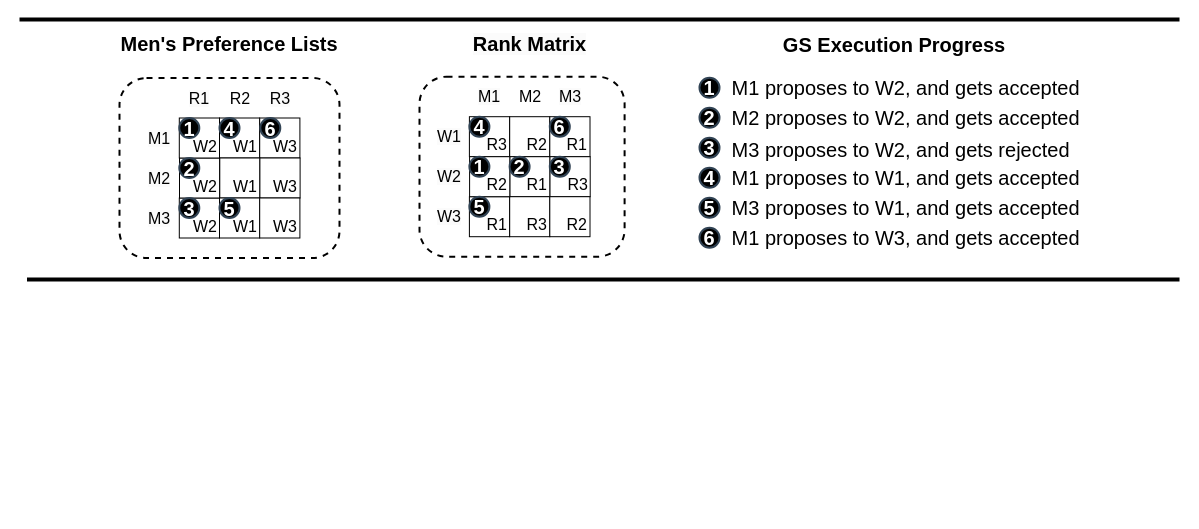
The draw.io diagram newGSExec.drawio in victorliu-sq/BambooSMP-Figures, before the edit. Source tidied: cells renumbered, new cells numbered last; positions are measured from the earlier drawing's top-left corner, leaving out a move shared by most shapes. Both pictures are drawn from the tidied source at 100%, with x=0, y=0 at pixel (19, 19).
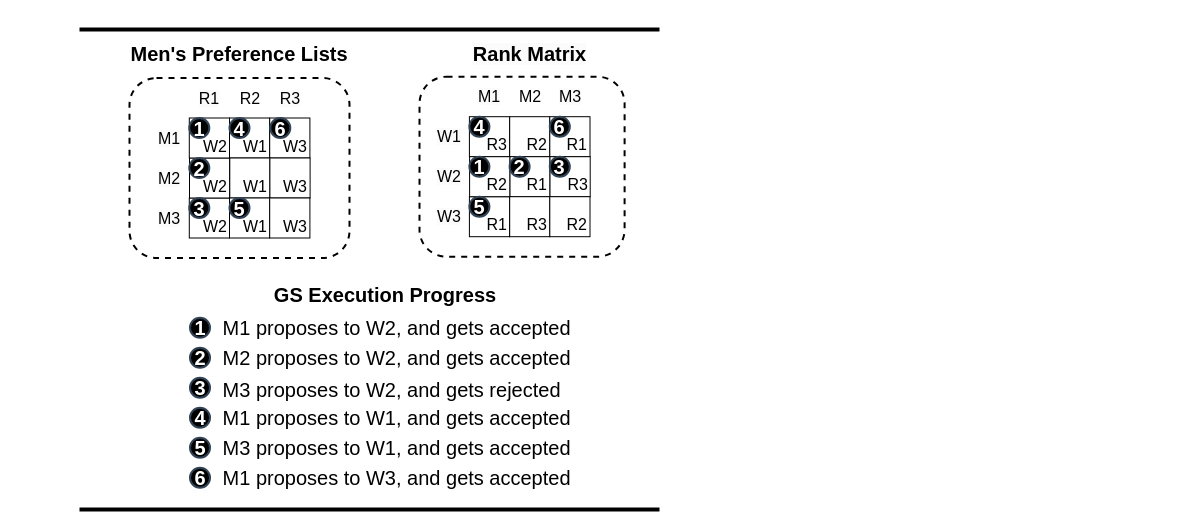
The same page after the edit.

Change to the diagram source:
```diff
@@
     <mxCell id="2" style="rounded=1;whiteSpace=wrap;html=1;strokeWidth=2;dashed=1;" parent="1" vertex="1">
-      <mxGeometry x="100" y="58.5" width="220" height="180" as="geometry" />
+      <mxGeometry x="110" y="58.5" width="220" height="180" as="geometry" />
     </mxCell>
@@
     <mxCell id="4" value="1" style="ellipse;whiteSpace=wrap;html=1;strokeColor=#314354;align=center;verticalAlign=middle;fontFamily=Helvetica;fontSize=20;fillColor=#000000;fontColor=#ffffff;fontStyle=1;strokeWidth=2;" parent="1" vertex="1">
-      <mxGeometry x="680" y="58.2" width="20" height="20" as="geometry" />
+      <mxGeometry x="170.5" y="298.2" width="20" height="20" as="geometry" />
     </mxCell>
     <mxCell id="5" value="2" style="ellipse;whiteSpace=wrap;html=1;strokeColor=#314354;align=center;verticalAlign=middle;fontFamily=Helvetica;fontSize=20;fillColor=#000000;fontColor=#ffffff;fontStyle=1;strokeWidth=2;" parent="1" vertex="1">
-      <mxGeometry x="680" y="88.2" width="20" height="20" as="geometry" />
+      <mxGeometry x="170.5" y="328.2" width="20" height="20" as="geometry" />
     </mxCell>
     <mxCell id="6" value="3" style="ellipse;whiteSpace=wrap;html=1;strokeColor=#314354;align=center;verticalAlign=middle;fontFamily=Helvetica;fontSize=20;fillColor=#000000;fontColor=#ffffff;fontStyle=1;strokeWidth=2;" parent="1" vertex="1">
-      <mxGeometry x="680" y="118.2" width="20" height="20" as="geometry" />
+      <mxGeometry x="170.5" y="358.2" width="20" height="20" as="geometry" />
     </mxCell>
     <mxCell id="7" value="4" style="ellipse;whiteSpace=wrap;html=1;strokeColor=#314354;align=center;verticalAlign=middle;fontFamily=Helvetica;fontSize=20;fillColor=#000000;fontColor=#ffffff;fontStyle=1;strokeWidth=2;" parent="1" vertex="1">
-      <mxGeometry x="680" y="148.2" width="20" height="20" as="geometry" />
+      <mxGeometry x="170.5" y="388.2" width="20" height="20" as="geometry" />
     </mxCell>
     <mxCell id="8" value="5" style="ellipse;whiteSpace=wrap;html=1;strokeColor=#314354;align=center;verticalAlign=middle;fontFamily=Helvetica;fontSize=20;fillColor=#000000;fontColor=#ffffff;fontStyle=1;strokeWidth=2;" parent="1" vertex="1">
-      <mxGeometry x="680" y="178.2" width="20" height="20" as="geometry" />
+      <mxGeometry x="170.5" y="418.2" width="20" height="20" as="geometry" />
     </mxCell>
     <mxCell id="9" value="6" style="ellipse;whiteSpace=wrap;html=1;strokeColor=#314354;align=center;verticalAlign=middle;fontFamily=Helvetica;fontSize=20;fillColor=#000000;fontColor=#ffffff;fontStyle=1;strokeWidth=2;" parent="1" vertex="1">
-      <mxGeometry x="680" y="208.2" width="20" height="20" as="geometry" />
+      <mxGeometry x="170.5" y="448.2" width="20" height="20" as="geometry" />
     </mxCell>
     <mxCell id="10" value="&lt;h1 style=&quot;font-size: 20px;&quot;&gt;&lt;span style=&quot;font-size: 20px; font-weight: 400;&quot;&gt;&amp;nbsp;M1 proposes to W2, and gets accepted&lt;/span&gt;&lt;/h1&gt;" style="text;strokeColor=none;align=left;fillColor=none;html=1;verticalAlign=middle;whiteSpace=wrap;rounded=0;fontFamily=Helvetica;fontSize=20;fontColor=default;" parent="1" vertex="1">
-      <mxGeometry x="705" y="53.2" width="405" height="30" as="geometry" />
+      <mxGeometry x="195.5" y="293.2" width="405" height="30" as="geometry" />
     </mxCell>
     <mxCell id="11" value="&lt;h1 style=&quot;font-size: 20px;&quot;&gt;&lt;span style=&quot;font-size: 20px; font-weight: 400;&quot;&gt;&amp;nbsp;M2 proposes to W2, and gets accepted&lt;/span&gt;&lt;/h1&gt;" style="text;strokeColor=none;align=left;fillColor=none;html=1;verticalAlign=middle;whiteSpace=wrap;rounded=0;fontFamily=Helvetica;fontSize=20;fontColor=default;" parent="1" vertex="1">
-      <mxGeometry x="705" y="83.2" width="365" height="30" as="geometry" />
+      <mxGeometry x="195.5" y="323.2" width="365" height="30" as="geometry" />
     </mxCell>
     <mxCell id="12" value="&lt;h1 style=&quot;font-size: 20px;&quot;&gt;&lt;span style=&quot;font-size: 20px; font-weight: 400;&quot;&gt;&amp;nbsp;M3 proposes to W2, and gets rejected&lt;/span&gt;&lt;/h1&gt;" style="text;strokeColor=none;align=left;fillColor=none;html=1;verticalAlign=middle;whiteSpace=wrap;rounded=0;fontFamily=Helvetica;fontSize=20;fontColor=default;" parent="1" vertex="1">
-      <mxGeometry x="705" y="114.8" width="365" height="30" as="geometry" />
+      <mxGeometry x="195.5" y="354.8" width="365" height="30" as="geometry" />
     </mxCell>
     <mxCell id="13" value="&lt;h1 style=&quot;font-size: 20px;&quot;&gt;&lt;span style=&quot;font-size: 20px; font-weight: 400;&quot;&gt;&amp;nbsp;M1 proposes to W1, and gets accepted&lt;/span&gt;&lt;/h1&gt;" style="text;strokeColor=none;align=left;fillColor=none;html=1;verticalAlign=middle;whiteSpace=wrap;rounded=0;fontFamily=Helvetica;fontSize=20;fontColor=default;" parent="1" vertex="1">
-      <mxGeometry x="705" y="143.2" width="365" height="30" as="geometry" />
+      <mxGeometry x="195.5" y="383.2" width="365" height="30" as="geometry" />
     </mxCell>
     <mxCell id="14" value="&lt;h1 style=&quot;font-size: 20px;&quot;&gt;&lt;span style=&quot;font-size: 20px; font-weight: 400;&quot;&gt;&amp;nbsp;M3 proposes to W1, and gets accepted&lt;/span&gt;&lt;/h1&gt;" style="text;strokeColor=none;align=left;fillColor=none;html=1;verticalAlign=middle;whiteSpace=wrap;rounded=0;fontFamily=Helvetica;fontSize=20;fontColor=default;" parent="1" vertex="1">
-      <mxGeometry x="705" y="173.2" width="365" height="30" as="geometry" />
+      <mxGeometry x="195.5" y="413.2" width="365" height="30" as="geometry" />
     </mxCell>
     <mxCell id="15" value="&lt;h1 style=&quot;font-size: 20px;&quot;&gt;&lt;span style=&quot;font-size: 20px; font-weight: 400;&quot;&gt;&amp;nbsp;M1 proposes to W3, and gets accepted&lt;/span&gt;&lt;/h1&gt;" style="text;strokeColor=none;align=left;fillColor=none;html=1;verticalAlign=middle;whiteSpace=wrap;rounded=0;fontFamily=Helvetica;fontSize=20;fontColor=default;" parent="1" vertex="1">
-      <mxGeometry x="705" y="203.2" width="365" height="30" as="geometry" />
+      <mxGeometry x="195.5" y="443.2" width="365" height="30" as="geometry" />
     </mxCell>
     <mxCell id="16" value="&lt;h1 style=&quot;font-size: 20px;&quot;&gt;&lt;span style=&quot;font-size: 20px;&quot;&gt;GS Execution Progress&lt;/span&gt;&lt;/h1&gt;" style="text;strokeColor=none;align=center;fillColor=none;html=1;verticalAlign=middle;whiteSpace=wrap;rounded=0;fontFamily=Helvetica;fontSize=20;fontColor=default;fontStyle=1;" parent="1" vertex="1">
-      <mxGeometry x="760" y="10" width="230" height="30" as="geometry" />
+      <mxGeometry x="250.5" y="260" width="230" height="30" as="geometry" />
     </mxCell>
     <mxCell id="17" value="W1" style="rounded=0;whiteSpace=wrap;html=1;fontSize=16;align=right;verticalAlign=bottom;" parent="1" vertex="1">
-      <mxGeometry x="200" y="98.5" width="40.1" height="40" as="geometry" />
+      <mxGeometry x="210" y="98.5" width="40.1" height="40" as="geometry" />
     </mxCell>
     <mxCell id="18" value="W3" style="rounded=0;whiteSpace=wrap;html=1;fontSize=16;align=right;verticalAlign=bottom;" parent="1" vertex="1">
-      <mxGeometry x="240.2" y="98.5" width="40.2" height="40" as="geometry" />
+      <mxGeometry x="250.2" y="98.5" width="40.2" height="40" as="geometry" />
     </mxCell>
     <mxCell id="19" value="W1" style="rounded=0;whiteSpace=wrap;html=1;fontSize=16;align=right;verticalAlign=bottom;" parent="1" vertex="1">
-      <mxGeometry x="200.2" y="138.5" width="40.2" height="40" as="geometry" />
+      <mxGeometry x="210.2" y="138.5" width="40.2" height="40" as="geometry" />
     </mxCell>
     <mxCell id="20" value="W3" style="rounded=0;whiteSpace=wrap;html=1;fontSize=16;align=right;verticalAlign=bottom;" parent="1" vertex="1">
-      <mxGeometry x="240.4" y="138.5" width="40.2" height="40" as="geometry" />
+      <mxGeometry x="250.4" y="138.5" width="40.2" height="40" as="geometry" />
     </mxCell>
     <mxCell id="21" value="W1" style="rounded=0;whiteSpace=wrap;html=1;fontSize=16;align=right;verticalAlign=bottom;" parent="1" vertex="1">
-      <mxGeometry x="200" y="178.5" width="40.2" height="40" as="geometry" />
+      <mxGeometry x="210" y="178.5" width="40.2" height="40" as="geometry" />
     </mxCell>
     <mxCell id="22" value="W3" style="rounded=0;whiteSpace=wrap;html=1;fontSize=16;align=right;verticalAlign=bottom;" parent="1" vertex="1">
-      <mxGeometry x="240.2" y="178.5" width="40.2" height="40" as="geometry" />
+      <mxGeometry x="250.2" y="178.5" width="40.2" height="40" as="geometry" />
     </mxCell>
     <mxCell id="23" value="W2" style="rounded=0;whiteSpace=wrap;html=1;strokeWidth=1;fontSize=16;align=right;verticalAlign=bottom;" parent="1" vertex="1">
-      <mxGeometry x="159.8" y="178.5" width="40.2" height="40" as="geometry" />
+      <mxGeometry x="169.8" y="178.5" width="40.2" height="40" as="geometry" />
     </mxCell>
     <mxCell id="24" value="&lt;span style=&quot;font-size: 20px; text-wrap: nowrap;&quot;&gt;&lt;span style=&quot;font-size: 20px;&quot;&gt;Men's Preference Lists&lt;/span&gt;&lt;/span&gt;" style="text;whiteSpace=wrap;html=1;align=center;strokeColor=none;verticalAlign=middle;strokeWidth=0;fontSize=20;fontStyle=1;" parent="1" vertex="1">
-      <mxGeometry x="110" y="14" width="200.1" height="20" as="geometry" />
+      <mxGeometry x="120" y="24" width="200.1" height="20" as="geometry" />
     </mxCell>
     <mxCell id="25" value="&lt;span style=&quot;color: rgb(0, 0, 0); font-family: Helvetica; font-size: 16px; font-style: normal; font-variant-ligatures: normal; font-variant-caps: normal; font-weight: 400; letter-spacing: normal; orphans: 2; text-indent: 0px; text-transform: none; widows: 2; word-spacing: 0px; -webkit-text-stroke-width: 0px; white-space: normal; background-color: rgb(251, 251, 251); text-decoration-thickness: initial; text-decoration-style: initial; text-decoration-color: initial; float: none; display: inline !important;&quot;&gt;M1&lt;/span&gt;" style="text;whiteSpace=wrap;html=1;align=center;verticalAlign=middle;fontSize=16;" parent="1" vertex="1">
-      <mxGeometry x="120" y="98.5" width="40" height="40" as="geometry" />
+      <mxGeometry x="130" y="98.5" width="40" height="40" as="geometry" />
     </mxCell>
     <mxCell id="26" value="&lt;span style=&quot;color: rgb(0, 0, 0); font-family: Helvetica; font-size: 16px; font-style: normal; font-variant-ligatures: normal; font-variant-caps: normal; font-weight: 400; letter-spacing: normal; orphans: 2; text-indent: 0px; text-transform: none; widows: 2; word-spacing: 0px; -webkit-text-stroke-width: 0px; white-space: normal; background-color: rgb(251, 251, 251); text-decoration-thickness: initial; text-decoration-style: initial; text-decoration-color: initial; float: none; display: inline !important;&quot;&gt;M2&lt;/span&gt;" style="text;whiteSpace=wrap;html=1;align=center;verticalAlign=middle;fontSize=16;" parent="1" vertex="1">
-      <mxGeometry x="120" y="138.5" width="40" height="40" as="geometry" />
+      <mxGeometry x="130" y="138.5" width="40" height="40" as="geometry" />
     </mxCell>
     <mxCell id="27" value="&lt;span style=&quot;color: rgb(0, 0, 0); font-family: Helvetica; font-size: 16px; font-style: normal; font-variant-ligatures: normal; font-variant-caps: normal; font-weight: 400; letter-spacing: normal; orphans: 2; text-indent: 0px; text-transform: none; widows: 2; word-spacing: 0px; -webkit-text-stroke-width: 0px; white-space: normal; background-color: rgb(251, 251, 251); text-decoration-thickness: initial; text-decoration-style: initial; text-decoration-color: initial; float: none; display: inline !important;&quot;&gt;M3&lt;/span&gt;" style="text;whiteSpace=wrap;html=1;align=center;verticalAlign=middle;fontSize=16;" parent="1" vertex="1">
-      <mxGeometry x="120" y="178.5" width="40" height="40" as="geometry" />
+      <mxGeometry x="130" y="178.5" width="40" height="40" as="geometry" />
     </mxCell>
     <mxCell id="28" value="&lt;span style=&quot;color: rgb(0, 0, 0); font-family: Helvetica; font-size: 16px; font-style: normal; font-variant-ligatures: normal; font-variant-caps: normal; font-weight: 400; letter-spacing: normal; orphans: 2; text-indent: 0px; text-transform: none; widows: 2; word-spacing: 0px; -webkit-text-stroke-width: 0px; white-space: normal; background-color: rgb(251, 251, 251); text-decoration-thickness: initial; text-decoration-style: initial; text-decoration-color: initial; float: none; display: inline !important;&quot;&gt;R1&lt;/span&gt;" style="text;whiteSpace=wrap;html=1;align=center;verticalAlign=middle;fontSize=16;" parent="1" vertex="1">
-      <mxGeometry x="160.2" y="58.5" width="40" height="40" as="geometry" />
+      <mxGeometry x="170.2" y="58.5" width="40" height="40" as="geometry" />
     </mxCell>
     <mxCell id="29" value="R2" style="text;whiteSpace=wrap;html=1;align=center;verticalAlign=middle;fontSize=16;" parent="1" vertex="1">
-      <mxGeometry x="200.8" y="58.5" width="40" height="40" as="geometry" />
+      <mxGeometry x="210.8" y="58.5" width="40" height="40" as="geometry" />
     </mxCell>
     <mxCell id="30" value="&lt;span style=&quot;color: rgb(0, 0, 0); font-family: Helvetica; font-size: 16px; font-style: normal; font-variant-ligatures: normal; font-variant-caps: normal; font-weight: 400; letter-spacing: normal; orphans: 2; text-indent: 0px; text-transform: none; widows: 2; word-spacing: 0px; -webkit-text-stroke-width: 0px; white-space: normal; background-color: rgb(251, 251, 251); text-decoration-thickness: initial; text-decoration-style: initial; text-decoration-color: initial; float: none; display: inline !important;&quot;&gt;R3&lt;/span&gt;" style="text;whiteSpace=wrap;html=1;align=center;verticalAlign=middle;fontSize=16;" parent="1" vertex="1">
-      <mxGeometry x="240.6" y="58.5" width="40" height="40" as="geometry" />
+      <mxGeometry x="250.6" y="58.5" width="40" height="40" as="geometry" />
     </mxCell>
     <mxCell id="31" value="W2" style="rounded=0;whiteSpace=wrap;html=1;strokeWidth=1;fontSize=16;align=right;verticalAlign=bottom;" parent="1" vertex="1">
-      <mxGeometry x="160" y="138.5" width="40.1" height="40" as="geometry" />
+      <mxGeometry x="170" y="138.5" width="40.1" height="40" as="geometry" />
     </mxCell>
     <mxCell id="32" value="&lt;span style=&quot;font-size: 16px;&quot;&gt;W2&lt;/span&gt;" style="rounded=0;whiteSpace=wrap;html=1;strokeWidth=1;fontSize=16;strokeColor=default;align=right;verticalAlign=bottom;fontFamily=Helvetica;fontColor=default;fillColor=default;fontStyle=0;" parent="1" vertex="1">
-      <mxGeometry x="159.8" y="98.5" width="40.2" height="40" as="geometry" />
+      <mxGeometry x="169.8" y="98.5" width="40.2" height="40" as="geometry" />
     </mxCell>
@@
     <mxCell id="41" value="&lt;span style=&quot;color: rgb(0, 0, 0); font-family: Helvetica; font-size: 20px; font-style: normal; font-variant-ligatures: normal; font-variant-caps: normal; letter-spacing: normal; orphans: 2; text-indent: 0px; text-transform: none; widows: 2; word-spacing: 0px; -webkit-text-stroke-width: 0px; white-space: nowrap; background-color: rgb(251, 251, 251); text-decoration-thickness: initial; text-decoration-style: initial; text-decoration-color: initial; float: none; display: inline !important;&quot;&gt;Rank Matrix&lt;/span&gt;" style="text;whiteSpace=wrap;html=1;align=center;strokeColor=none;verticalAlign=middle;strokeWidth=0;fontSize=20;fontStyle=1;" parent="1" vertex="1">
-      <mxGeometry x="471.2" y="14" width="79.2" height="20" as="geometry" />
+      <mxGeometry x="471.2" y="24" width="79.2" height="20" as="geometry" />
     </mxCell>
@@
     <mxCell id="49" value="1" style="ellipse;whiteSpace=wrap;html=1;strokeColor=#314354;align=center;verticalAlign=middle;fontFamily=Helvetica;fontSize=20;fillColor=#000000;fontColor=#ffffff;fontStyle=1;strokeWidth=2;" parent="1" vertex="1">
-      <mxGeometry x="159.8" y="98.5" width="20" height="20" as="geometry" />
+      <mxGeometry x="169.8" y="98.5" width="20" height="20" as="geometry" />
     </mxCell>
     <mxCell id="50" value="2" style="ellipse;whiteSpace=wrap;html=1;strokeColor=#314354;align=center;verticalAlign=middle;fontFamily=Helvetica;fontSize=20;fillColor=#000000;fontColor=#ffffff;fontStyle=1;strokeWidth=2;" parent="1" vertex="1">
-      <mxGeometry x="159.8" y="138.5" width="20" height="20" as="geometry" />
+      <mxGeometry x="169.8" y="138.5" width="20" height="20" as="geometry" />
     </mxCell>
     <mxCell id="51" value="3" style="ellipse;whiteSpace=wrap;html=1;strokeColor=#314354;align=center;verticalAlign=middle;fontFamily=Helvetica;fontSize=20;fillColor=#000000;fontColor=#ffffff;fontStyle=1;strokeWidth=2;" parent="1" vertex="1">
-      <mxGeometry x="159.8" y="178.5" width="20" height="20" as="geometry" />
+      <mxGeometry x="169.8" y="178.5" width="20" height="20" as="geometry" />
     </mxCell>
     <mxCell id="52" value="4" style="ellipse;whiteSpace=wrap;html=1;strokeColor=#314354;align=center;verticalAlign=middle;fontFamily=Helvetica;fontSize=20;fillColor=#000000;fontColor=#ffffff;fontStyle=1;strokeWidth=2;" parent="1" vertex="1">
-      <mxGeometry x="200" y="98.5" width="20" height="20" as="geometry" />
+      <mxGeometry x="210" y="98.5" width="20" height="20" as="geometry" />
     </mxCell>
     <mxCell id="53" value="5" style="ellipse;whiteSpace=wrap;html=1;strokeColor=#314354;align=center;verticalAlign=middle;fontFamily=Helvetica;fontSize=20;fillColor=#000000;fontColor=#ffffff;fontStyle=1;strokeWidth=2;" parent="1" vertex="1">
-      <mxGeometry x="200" y="178.5" width="20" height="20" as="geometry" />
+      <mxGeometry x="210" y="178.5" width="20" height="20" as="geometry" />
     </mxCell>
     <mxCell id="54" value="6" style="ellipse;whiteSpace=wrap;html=1;strokeColor=#314354;align=center;verticalAlign=middle;fontFamily=Helvetica;fontSize=20;fillColor=#000000;fontColor=#ffffff;fontStyle=1;strokeWidth=2;" parent="1" vertex="1">
-      <mxGeometry x="240.8" y="98.5" width="20" height="20" as="geometry" />
+      <mxGeometry x="250.8" y="98.5" width="20" height="20" as="geometry" />
     </mxCell>
@@
-    <mxCell id="61" style="endArrow=none;html=1;rounded=0;strokeWidth=4;" parent="1" edge="1">
-      <mxGeometry relative="1" as="geometry">
-        <mxPoint as="sourcePoint" />
-        <mxPoint x="1160" as="targetPoint" />
-      </mxGeometry>
-    </mxCell>
-    <mxCell id="62" style="endArrow=none;html=1;rounded=0;strokeWidth=4;" parent="1" edge="1">
-      <mxGeometry relative="1" as="geometry">
-        <mxPoint x="7.5" y="260" as="sourcePoint" />
-        <mxPoint x="1160" y="260" as="targetPoint" />
-      </mxGeometry>
-    </mxCell>
+    <mxCell id="63" style="endArrow=none;html=1;rounded=0;strokeWidth=4;" parent="1" edge="1">
+      <mxGeometry relative="1" as="geometry">
+        <mxPoint x="60" y="10" as="sourcePoint" />
+        <mxPoint x="640" y="10" as="targetPoint" />
+      </mxGeometry>
+    </mxCell>
+    <mxCell id="64" style="endArrow=none;html=1;rounded=0;strokeWidth=4;" parent="1" edge="1">
+      <mxGeometry relative="1" as="geometry">
+        <mxPoint x="60" y="490" as="sourcePoint" />
+        <mxPoint x="640" y="490" as="targetPoint" />
+      </mxGeometry>
+    </mxCell>
```
